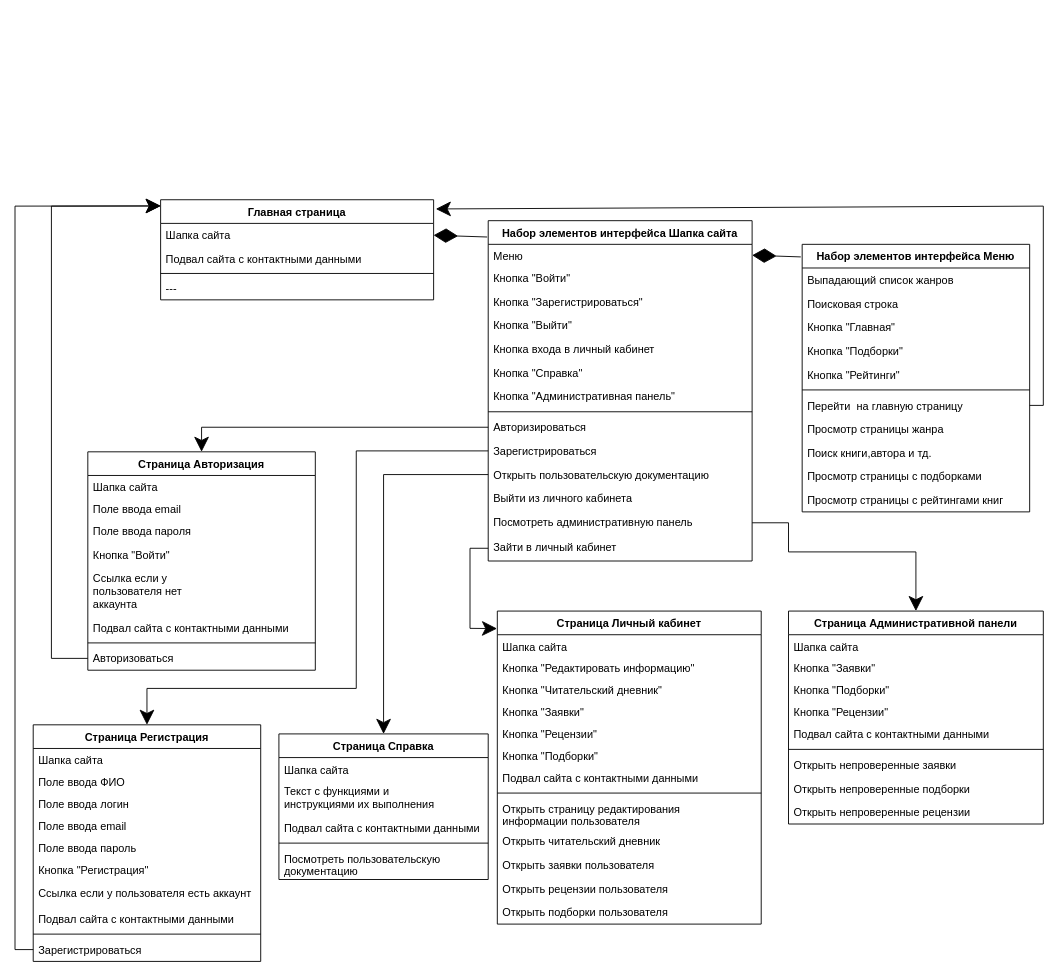
Before: page "Интерфейсы" (1 of 6) of Documents/Diagrams (3).drawio in KomogortsevaYulia/CourseWork_CommunityLiteratureLovers_TRPK, a draw.io diagram. Source tidied: cells renumbered, new cells numbered last; positions are measured from the earlier drawing's top-left corner, leaving out a move shared by most shapes. Both pictures are drawn from the tidied source at 91%, with x=0, y=0 at pixel (15, 199).
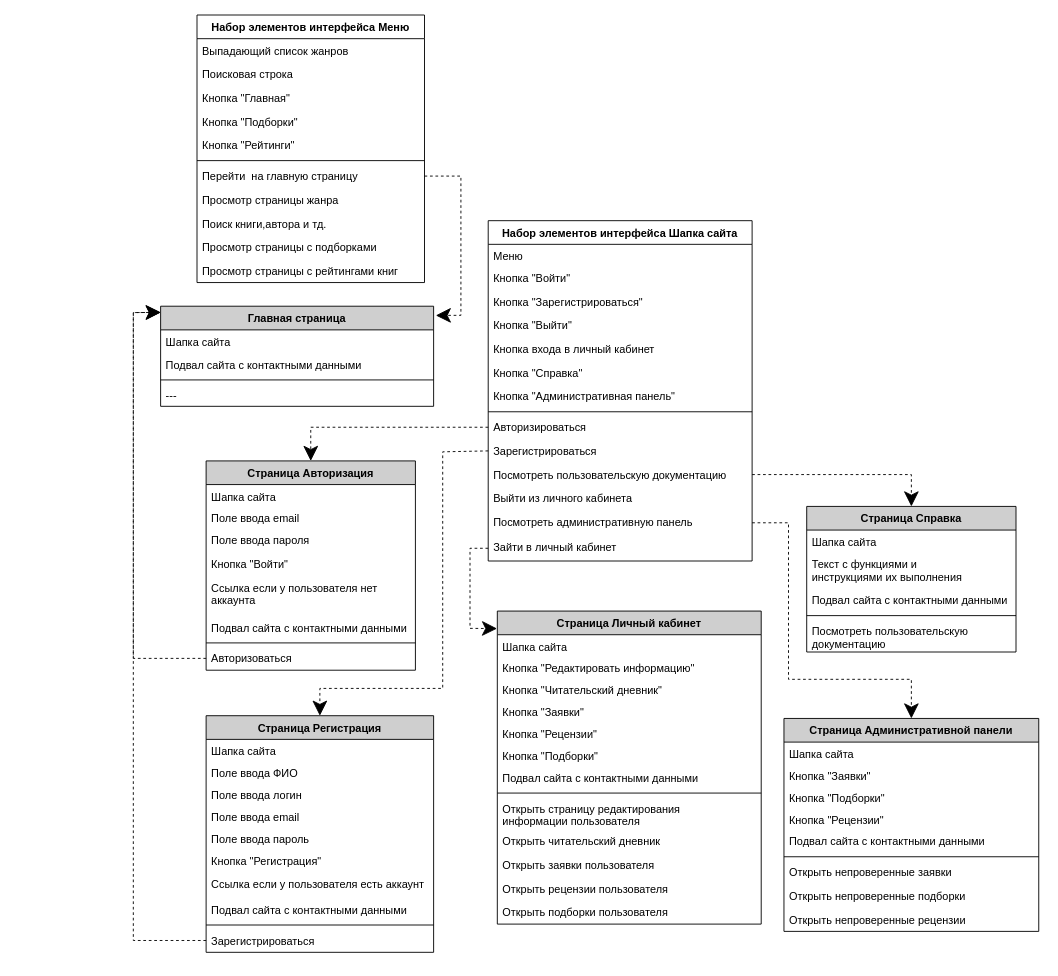
After the change.

The change refers to these unchanged cells:
```xml
<mxCell id="3" value="Шапка сайта" style="text;strokeColor=none;fillColor=none;align=left;verticalAlign=top;spacingLeft=4;spacingRight=4;overflow=hidden;points=[[0,0.5],[1,0.5]];portConstraint=eastwest;" parent="2" vertex="1">
  <mxGeometry y="26" width="300" height="26" as="geometry" />
</mxCell>
<mxCell id="28" value="Перейти  на главную страницу" style="text;strokeColor=none;fillColor=none;align=left;verticalAlign=top;spacingLeft=4;spacingRight=4;overflow=hidden;points=[[0,0.5],[1,0.5]];portConstraint=eastwest;" parent="21" vertex="1">
  <mxGeometry y="164" width="250" height="26" as="geometry" />
</mxCell>
<mxCell id="52" value="Зарегистрироваться" style="text;strokeColor=none;fillColor=none;align=left;verticalAlign=top;spacingLeft=4;spacingRight=4;overflow=hidden;points=[[0,0.5],[1,0.5]];portConstraint=eastwest;" parent="42" vertex="1">
  <mxGeometry y="234" width="250" height="26" as="geometry" />
</mxCell>
<mxCell id="53" value="Набор элементов интерфейса Шапка сайта" style="swimlane;fontStyle=1;align=center;verticalAlign=top;horizontal=1;startSize=26;" parent="1" vertex="1">
  <mxGeometry x="520" y="23" width="290" height="374" as="geometry" />
</mxCell>
<mxCell id="54" value="Меню&#10;" style="text;strokeColor=none;fillColor=none;align=left;verticalAlign=top;spacingLeft=4;spacingRight=4;overflow=hidden;points=[[0,0.5],[1,0.5]];portConstraint=eastwest;" parent="53" vertex="1">
  <mxGeometry y="26" width="290" height="24" as="geometry" />
</mxCell>
<mxCell id="62" value="Авторизироваться" style="text;align=left;verticalAlign=top;spacingLeft=4;spacingRight=4;overflow=hidden;points=[[0,0.5],[1,0.5]];portConstraint=eastwest;" parent="53" vertex="1">
  <mxGeometry y="214" width="290" height="26" as="geometry" />
</mxCell>
<mxCell id="63" value="Зарегистрироваться" style="text;strokeColor=none;fillColor=none;align=left;verticalAlign=top;spacingLeft=4;spacingRight=4;overflow=hidden;points=[[0,0.5],[1,0.5]];portConstraint=eastwest;" parent="53" vertex="1">
  <mxGeometry y="240" width="290" height="26" as="geometry" />
</mxCell>
<mxCell id="66" value="Посмотреть административную панель" style="text;strokeColor=none;fillColor=none;align=left;verticalAlign=top;spacingLeft=4;spacingRight=4;overflow=hidden;points=[[0,0.5],[1,0.5]];portConstraint=eastwest;" parent="53" vertex="1">
  <mxGeometry y="318" width="290" height="28" as="geometry" />
</mxCell>
<mxCell id="67" value="Зайти в личный кабинет" style="text;strokeColor=none;fillColor=none;align=left;verticalAlign=top;spacingLeft=4;spacingRight=4;overflow=hidden;points=[[0,0.5],[1,0.5]];portConstraint=eastwest;" parent="53" vertex="1">
  <mxGeometry y="346" width="290" height="28" as="geometry" />
</mxCell>
```

What changed in the source:
```diff
@@
-    <mxCell id="2" value="Главная страница" style="swimlane;fontStyle=1;align=center;verticalAlign=top;horizontal=1;startSize=26;" parent="1" vertex="1">
-      <mxGeometry x="160" width="300" height="110" as="geometry" />
+    <mxCell id="2" value="Главная страница" style="swimlane;fontStyle=1;align=center;verticalAlign=top;horizontal=1;startSize=26;fillColor=#CFCFCF;" parent="1" vertex="1">
+      <mxGeometry x="160" y="117" width="300" height="110" as="geometry" />
     </mxCell>
@@
-    <mxCell id="7" value="Страница Личный кабинет" style="swimlane;fontStyle=1;align=center;verticalAlign=top;horizontal=1;startSize=26;" parent="1" vertex="1">
+    <mxCell id="7" value="Страница Личный кабинет" style="swimlane;fontStyle=1;align=center;verticalAlign=top;horizontal=1;startSize=26;fillColor=#CFCFCF;" parent="1" vertex="1">
       <mxGeometry x="530" y="452" width="290" height="344" as="geometry" />
     </mxCell>
@@
     <mxCell id="21" value="Набор элементов интерфейса Меню" style="swimlane;fontStyle=1;align=center;verticalAlign=top;horizontal=1;startSize=26;" parent="1" vertex="1">
-      <mxGeometry x="865" y="49" width="250" height="294" as="geometry" />
+      <mxGeometry x="200" y="-203" width="250" height="294" as="geometry" />
     </mxCell>
@@
-    <mxCell id="33" value="Страница Авторизация" style="swimlane;fontStyle=1;align=center;verticalAlign=top;horizontal=1;startSize=26;" parent="1" vertex="1">
-      <mxGeometry x="80" y="277" width="250" height="240" as="geometry" />
+    <mxCell id="33" value="Страница Авторизация" style="swimlane;fontStyle=1;align=center;verticalAlign=top;horizontal=1;startSize=26;fillColor=#CFCFCF;" parent="1" vertex="1">
+      <mxGeometry x="210" y="287" width="230" height="230" as="geometry" />
     </mxCell>
     <mxCell id="34" value="Шапка сайта" style="text;strokeColor=none;fillColor=none;align=left;verticalAlign=top;spacingLeft=4;spacingRight=4;overflow=hidden;" parent="33" vertex="1">
-      <mxGeometry y="26" width="250" height="24" as="geometry" />
+      <mxGeometry y="26" width="230" height="24" as="geometry" />
     </mxCell>
     <mxCell id="35" value="Поле ввода email " style="text;strokeColor=none;fillColor=none;align=left;verticalAlign=top;spacingLeft=4;spacingRight=4;overflow=hidden;" parent="33" vertex="1">
-      <mxGeometry y="50" width="250" height="24" as="geometry" />
+      <mxGeometry y="50" width="230" height="24" as="geometry" />
     </mxCell>
     <mxCell id="36" value="Поле ввода пароля" style="text;strokeColor=none;fillColor=none;align=left;verticalAlign=top;spacingLeft=4;spacingRight=4;overflow=hidden;" parent="33" vertex="1">
-      <mxGeometry y="74" width="250" height="26" as="geometry" />
+      <mxGeometry y="74" width="230" height="26" as="geometry" />
     </mxCell>
     <mxCell id="37" value="Кнопка &quot;Войти&quot;" style="text;strokeColor=none;fillColor=none;align=left;verticalAlign=top;spacingLeft=4;spacingRight=4;overflow=hidden;" parent="33" vertex="1">
-      <mxGeometry y="100" width="250" height="26" as="geometry" />
+      <mxGeometry y="100" width="230" height="26" as="geometry" />
     </mxCell>
-    <mxCell id="38" value="Ссылка если у &#10;пользователя нет &#10;аккаунта" style="text;strokeColor=none;fillColor=none;align=left;verticalAlign=top;spacingLeft=4;spacingRight=4;overflow=hidden;" parent="33" vertex="1">
-      <mxGeometry y="126" width="250" height="54" as="geometry" />
+    <mxCell id="38" value="Ссылка если у пользователя нет &#10;аккаунта" style="text;strokeColor=none;fillColor=none;align=left;verticalAlign=top;spacingLeft=4;spacingRight=4;overflow=hidden;" parent="33" vertex="1">
+      <mxGeometry y="126" width="230" height="44" as="geometry" />
     </mxCell>
     <mxCell id="39" value="Подвал сайта с контактными данными" style="text;strokeColor=none;fillColor=none;align=left;verticalAlign=top;spacingLeft=4;spacingRight=4;overflow=hidden;" parent="33" vertex="1">
-      <mxGeometry y="180" width="250" height="26" as="geometry" />
+      <mxGeometry y="170" width="230" height="26" as="geometry" />
     </mxCell>
     <mxCell id="40" style="line;strokeWidth=1;fillColor=none;align=left;verticalAlign=middle;spacingTop=-1;spacingLeft=3;spacingRight=3;labelPosition=right;" parent="33" vertex="1">
-      <mxGeometry y="206" width="250" height="8" as="geometry" />
+      <mxGeometry y="196" width="230" height="8" as="geometry" />
     </mxCell>
     <mxCell id="41" value="Авторизоваться" style="text;strokeColor=none;fillColor=none;align=left;verticalAlign=top;spacingLeft=4;spacingRight=4;overflow=hidden;points=[[0,0.5],[1,0.5]];portConstraint=eastwest;" parent="33" vertex="1">
-      <mxGeometry y="214" width="250" height="26" as="geometry" />
+      <mxGeometry y="204" width="230" height="26" as="geometry" />
     </mxCell>
-    <mxCell id="42" value="Страница Регистрация" style="swimlane;fontStyle=1;align=center;verticalAlign=top;horizontal=1;startSize=26;" parent="1" vertex="1">
-      <mxGeometry x="20" y="577" width="250" height="260" as="geometry" />
+    <mxCell id="42" value="Страница Регистрация" style="swimlane;fontStyle=1;align=center;verticalAlign=top;horizontal=1;startSize=26;fillColor=#CFCFCF;" parent="1" vertex="1">
+      <mxGeometry x="210" y="567" width="250" height="260" as="geometry" />
     </mxCell>
@@
-    <mxCell id="64" value="Открыть пользовательскую документацию" style="text;strokeColor=none;fillColor=none;align=left;verticalAlign=top;spacingLeft=4;spacingRight=4;overflow=hidden;points=[[0,0.5],[1,0.5]];portConstraint=eastwest;" parent="53" vertex="1">
+    <mxCell id="64" value="Посмотреть пользовательскую документацию" style="text;strokeColor=none;fillColor=none;align=left;verticalAlign=top;spacingLeft=4;spacingRight=4;overflow=hidden;points=[[0,0.5],[1,0.5]];portConstraint=eastwest;" parent="53" vertex="1">
       <mxGeometry y="266" width="290" height="26" as="geometry" />
     </mxCell>
@@
-    <mxCell id="68" style="endArrow=diamondThin;endFill=1;endSize=24;html=1;rounded=0;exitX=-0.004;exitY=0.048;exitDx=0;exitDy=0;entryX=1;entryY=0.5;entryDx=0;entryDy=0;exitPerimeter=0;" parent="1" edge="1" source="53" target="3">
-      <mxGeometry relative="1" as="geometry" />
-    </mxCell>
-    <mxCell id="69" style="endArrow=diamondThin;endFill=1;endSize=24;html=1;rounded=0;entryX=1;entryY=0.5;entryDx=0;entryDy=0;exitX=-0.006;exitY=0.047;exitDx=0;exitDy=0;exitPerimeter=0;" parent="1" edge="1" source="21" target="54">
-      <mxGeometry relative="1" as="geometry" />
-    </mxCell>
-    <mxCell id="70" style="endArrow=classic;endFill=1;endSize=14;html=1;rounded=0;exitX=0;exitY=0.5;exitDx=0;exitDy=0;entryX=-0.001;entryY=0.056;entryDx=0;entryDy=0;strokeWidth=1;entryPerimeter=0;" parent="1" edge="1" source="67" target="7">
+    <mxCell id="70" style="endArrow=classic;endFill=1;endSize=14;html=1;rounded=0;exitX=0;exitY=0.5;exitDx=0;exitDy=0;entryX=-0.001;entryY=0.056;entryDx=0;entryDy=0;strokeWidth=1;entryPerimeter=0;dashed=1;" parent="1" edge="1" source="67" target="7">
       <mxGeometry relative="1" as="geometry">
         <Array as="points">
           <mxPoint x="500" y="383" />
           <mxPoint x="500" y="471" />
         </Array>
       </mxGeometry>
     </mxCell>
-    <mxCell id="71" style="endArrow=classic;endFill=1;endSize=14;html=1;rounded=0;exitX=0;exitY=0.5;exitDx=0;exitDy=0;entryX=0.5;entryY=0;entryDx=0;entryDy=0;strokeWidth=1;" parent="1" edge="1" source="62" target="33">
+    <mxCell id="71" style="endArrow=classic;endFill=1;endSize=14;html=1;rounded=0;exitX=0;exitY=0.5;exitDx=0;exitDy=0;entryX=0.5;entryY=0;entryDx=0;entryDy=0;strokeWidth=1;dashed=1;" parent="1" edge="1" source="62" target="33">
       <mxGeometry relative="1" as="geometry">
         <Array as="points">
-          <mxPoint x="205" y="250" />
+          <mxPoint x="325" y="250" />
         </Array>
       </mxGeometry>
     </mxCell>
-    <mxCell id="72" style="endArrow=classic;endFill=1;endSize=14;html=1;rounded=0;exitX=0;exitY=0.5;exitDx=0;exitDy=0;strokeWidth=1;entryX=0.5;entryY=0;entryDx=0;entryDy=0;" parent="1" edge="1" source="63" target="42">
+    <mxCell id="72" style="endArrow=classic;endFill=1;endSize=14;html=1;rounded=0;exitX=0;exitY=0.5;exitDx=0;exitDy=0;strokeWidth=1;entryX=0.5;entryY=0;entryDx=0;entryDy=0;dashed=1;" parent="1" edge="1" source="63" target="42">
       <mxGeometry relative="1" as="geometry">
         <Array as="points">
-          <mxPoint x="375" y="276" />
-          <mxPoint x="375" y="537" />
-          <mxPoint x="145" y="537" />
+          <mxPoint x="470" y="277" />
+          <mxPoint x="470" y="537" />
+          <mxPoint x="335" y="537" />
         </Array>
       </mxGeometry>
     </mxCell>
-    <mxCell id="73" style="endArrow=classic;endFill=1;endSize=14;html=1;rounded=0;strokeWidth=1;entryX=0.001;entryY=0.062;entryDx=0;entryDy=0;entryPerimeter=0;exitX=0;exitY=0.5;exitDx=0;exitDy=0;" parent="1" edge="1" source="41" target="2">
+    <mxCell id="73" style="endArrow=classic;endFill=1;endSize=14;html=1;rounded=0;strokeWidth=1;entryX=0.001;entryY=0.062;entryDx=0;entryDy=0;entryPerimeter=0;exitX=0;exitY=0.5;exitDx=0;exitDy=0;dashed=1;" parent="1" edge="1" source="41" target="2">
       <mxGeometry relative="1" as="geometry">
         <Array as="points">
-          <mxPoint x="40" y="504" />
-          <mxPoint x="40" y="7" />
+          <mxPoint x="130" y="504" />
+          <mxPoint x="130" y="124" />
         </Array>
       </mxGeometry>
     </mxCell>
-    <mxCell id="74" style="edgeStyle=orthogonalEdgeStyle;rounded=0;jettySize=auto;html=1;endArrow=classic;endFill=1;endSize=14;strokeWidth=1;entryX=0.5;entryY=0;entryDx=0;entryDy=0;exitX=1;exitY=0.5;exitDx=0;exitDy=0;" parent="1" edge="1" source="66" target="75">
+    <mxCell id="74" style="edgeStyle=orthogonalEdgeStyle;rounded=0;jettySize=auto;html=1;endArrow=classic;endFill=1;endSize=14;strokeWidth=1;entryX=0.5;entryY=0;entryDx=0;entryDy=0;exitX=1;exitY=0.5;exitDx=0;exitDy=0;dashed=1;" parent="1" edge="1" source="66" target="75">
       <mxGeometry relative="1" as="geometry">
         <Array as="points">
           <mxPoint x="850" y="355" />
-          <mxPoint x="850" y="387" />
-          <mxPoint x="990" y="387" />
+          <mxPoint x="850" y="527" />
+          <mxPoint x="985" y="527" />
         </Array>
       </mxGeometry>
     </mxCell>
-    <mxCell id="75" value="Страница Административной панели" style="swimlane;fontStyle=1;align=center;verticalAlign=top;horizontal=1;startSize=26;" parent="1" vertex="1">
-      <mxGeometry x="850" y="452" width="280" height="234" as="geometry" />
+    <mxCell id="75" value="Страница Административной панели" style="swimlane;fontStyle=1;align=center;verticalAlign=top;horizontal=1;startSize=26;fillColor=#CFCFCF;" parent="1" vertex="1">
+      <mxGeometry x="845" y="570" width="280" height="234" as="geometry" />
     </mxCell>
@@
-    <mxCell id="85" style="endArrow=classic;endFill=1;endSize=14;html=1;rounded=0;strokeWidth=1;exitX=1;exitY=0.5;exitDx=0;exitDy=0;entryX=1.008;entryY=0.092;entryDx=0;entryDy=0;entryPerimeter=0;" parent="1" edge="1" source="28" target="2">
+    <mxCell id="85" style="endArrow=classic;endFill=1;endSize=14;html=1;rounded=0;strokeWidth=1;exitX=1;exitY=0.5;exitDx=0;exitDy=0;entryX=1.008;entryY=0.092;entryDx=0;entryDy=0;entryPerimeter=0;dashed=1;" parent="1" edge="1" source="28" target="2">
       <mxGeometry relative="1" as="geometry">
         <Array as="points">
-          <mxPoint x="1130" y="226" />
-          <mxPoint x="1130" y="7" />
+          <mxPoint x="490" y="-26" />
+          <mxPoint x="490" y="127" />
         </Array>
       </mxGeometry>
     </mxCell>
-    <mxCell id="86" style="endArrow=classic;endFill=1;endSize=14;html=1;rounded=0;exitX=0;exitY=0.5;exitDx=0;exitDy=0;entryX=0;entryY=0.062;entryDx=0;entryDy=0;strokeWidth=1;entryPerimeter=0;" parent="1" edge="1" source="52" target="2">
+    <mxCell id="86" style="endArrow=classic;endFill=1;endSize=14;html=1;rounded=0;exitX=0;exitY=0.5;exitDx=0;exitDy=0;entryX=0;entryY=0.062;entryDx=0;entryDy=0;strokeWidth=1;entryPerimeter=0;dashed=1;" parent="1" edge="1" source="52" target="2">
       <mxGeometry relative="1" as="geometry">
         <Array as="points">
-          <mxPoint y="824" />
-          <mxPoint y="7" />
+          <mxPoint x="130" y="814" />
+          <mxPoint x="130" y="124" />
         </Array>
       </mxGeometry>
     </mxCell>
-    <mxCell id="87" value="Страница Справка" style="swimlane;fontStyle=1;align=center;verticalAlign=top;horizontal=1;startSize=26;" parent="1" vertex="1">
-      <mxGeometry x="290" y="587" width="230" height="160" as="geometry" />
+    <mxCell id="87" value="Страница Справка" style="swimlane;fontStyle=1;align=center;verticalAlign=top;horizontal=1;startSize=26;fillColor=#CFCFCF;" parent="1" vertex="1">
+      <mxGeometry x="870" y="337" width="230" height="160" as="geometry" />
     </mxCell>
@@
-    <mxCell id="93" style="edgeStyle=orthogonalEdgeStyle;rounded=0;jettySize=auto;html=1;endArrow=classic;endFill=1;endSize=14;strokeWidth=1;entryX=0.5;entryY=0;entryDx=0;entryDy=0;exitX=0;exitY=0.5;exitDx=0;exitDy=0;" parent="1" edge="1" source="64" target="87">
+    <mxCell id="93" style="edgeStyle=orthogonalEdgeStyle;rounded=0;jettySize=auto;html=1;endArrow=classic;endFill=1;endSize=14;strokeWidth=1;entryX=0.5;entryY=0;entryDx=0;entryDy=0;exitX=1;exitY=0.5;exitDx=0;exitDy=0;dashed=1;" parent="1" edge="1" source="64" target="87">
       <mxGeometry relative="1" as="geometry">
         <Array as="points">
-          <mxPoint x="405" y="302" />
+          <mxPoint x="985" y="302" />
         </Array>
       </mxGeometry>
     </mxCell>
```
